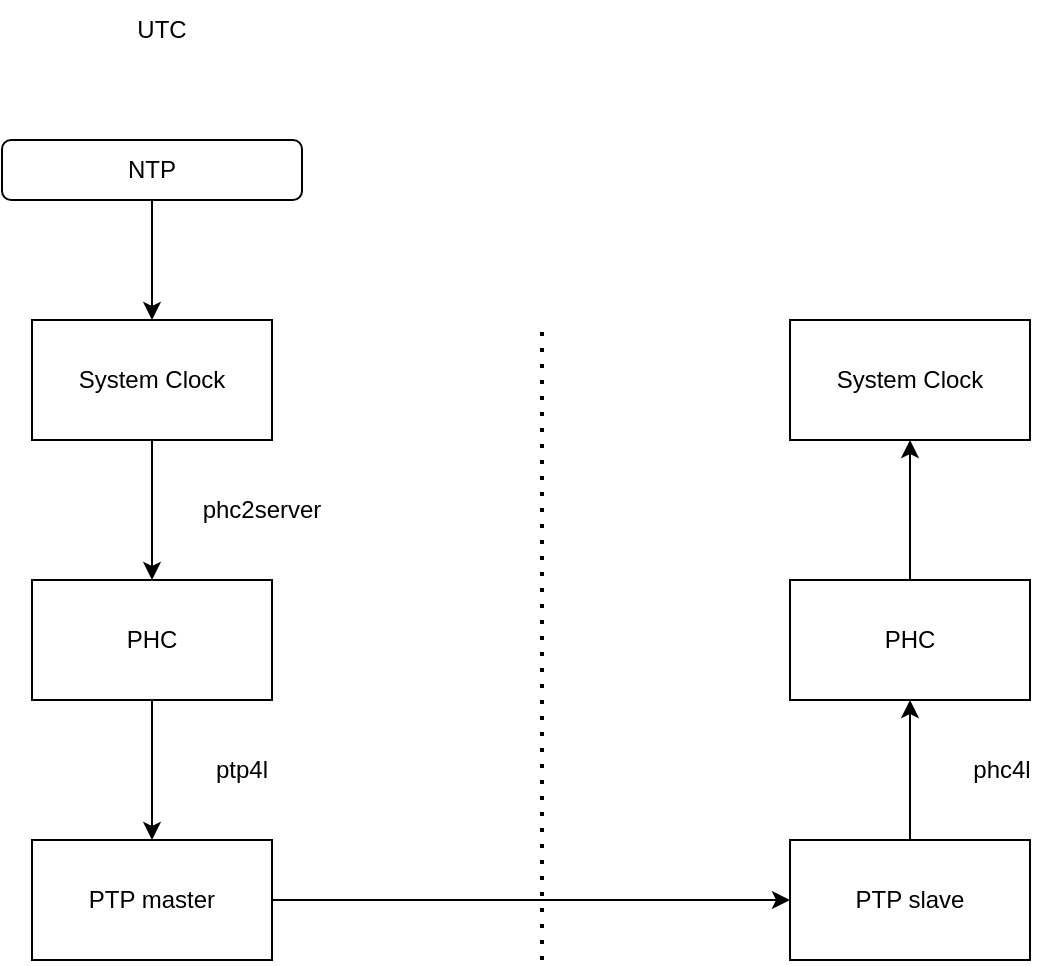
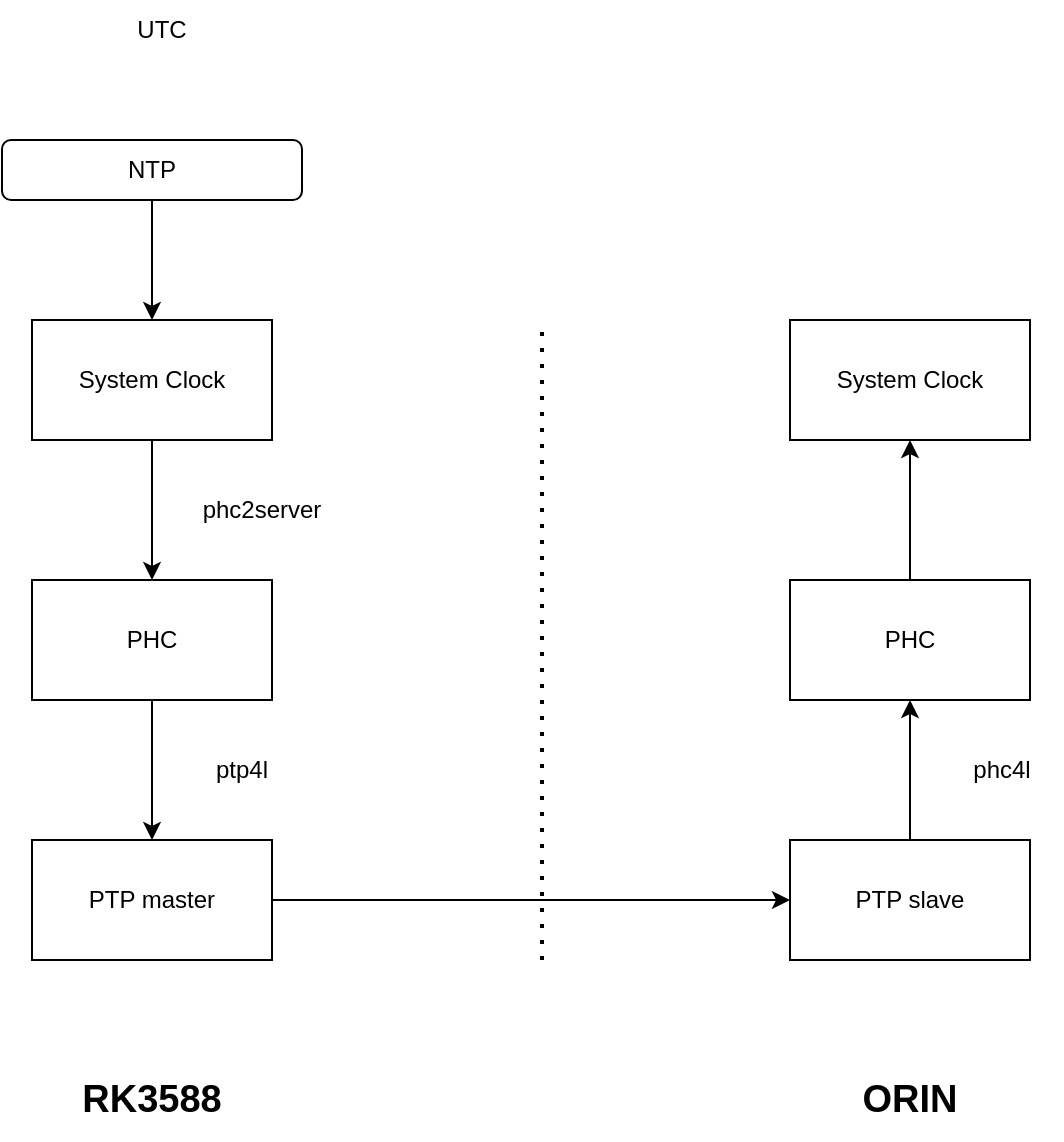
<mxfile host="app.diagrams.net" agent="Mozilla/5.0 (Windows NT 10.0; Win64; x64) AppleWebKit/537.36 (KHTML, like Gecko) Chrome/148.0.0.0 Safari/537.36">
  <diagram name="第 1 页" id="xi5zx8poPBdEaGlYp24N">
    <mxGraphModel dx="930" dy="494" grid="1" gridSize="10" guides="1" tooltips="1" connect="1" arrows="1" fold="1" page="1" pageScale="1" pageWidth="827" pageHeight="1169" math="0" shadow="0">
      <root>
        <mxCell id="0" />
        <mxCell id="1" parent="0" />
        <mxCell id="9tWx0qsMY7gKmuM-r2hu-1" edge="1" parent="1" source="473n1farRfXXC9yVkO81-1" style="edgeStyle=orthogonalEdgeStyle;rounded=0;orthogonalLoop=1;jettySize=auto;html=1;" target="473n1farRfXXC9yVkO81-7" value="">
          <mxGeometry relative="1" as="geometry" />
        </mxCell>
        <mxCell id="473n1farRfXXC9yVkO81-1" parent="1" style="rounded=1;whiteSpace=wrap;html=1;" value="NTP" vertex="1">
          <mxGeometry height="30" width="150" x="20" y="140" as="geometry" />
        </mxCell>
        <mxCell id="473n1farRfXXC9yVkO81-6" parent="1" style="text;html=1;whiteSpace=wrap;strokeColor=none;fillColor=none;align=center;verticalAlign=middle;rounded=0;" value="UTC" vertex="1">
          <mxGeometry height="30" width="60" x="70" y="70" as="geometry" />
        </mxCell>
        <mxCell id="9tWx0qsMY7gKmuM-r2hu-3" edge="1" parent="1" source="473n1farRfXXC9yVkO81-7" style="edgeStyle=orthogonalEdgeStyle;rounded=0;orthogonalLoop=1;jettySize=auto;html=1;" target="9tWx0qsMY7gKmuM-r2hu-2" value="">
          <mxGeometry relative="1" as="geometry" />
        </mxCell>
        <mxCell id="473n1farRfXXC9yVkO81-7" parent="1" style="rounded=0;whiteSpace=wrap;html=1;" value="System Clock" vertex="1">
          <mxGeometry height="60" width="120" x="35" y="230" as="geometry" />
        </mxCell>
        <mxCell id="9tWx0qsMY7gKmuM-r2hu-5" edge="1" parent="1" source="9tWx0qsMY7gKmuM-r2hu-2" style="edgeStyle=orthogonalEdgeStyle;rounded=0;orthogonalLoop=1;jettySize=auto;html=1;" target="9tWx0qsMY7gKmuM-r2hu-4" value="">
          <mxGeometry relative="1" as="geometry" />
        </mxCell>
        <mxCell id="9tWx0qsMY7gKmuM-r2hu-2" parent="1" style="rounded=0;whiteSpace=wrap;html=1;" value="PHC" vertex="1">
          <mxGeometry height="60" width="120" x="35" y="360" as="geometry" />
        </mxCell>
        <mxCell id="9tWx0qsMY7gKmuM-r2hu-11" edge="1" parent="1" source="9tWx0qsMY7gKmuM-r2hu-4" style="edgeStyle=orthogonalEdgeStyle;rounded=0;orthogonalLoop=1;jettySize=auto;html=1;exitX=1;exitY=0.5;exitDx=0;exitDy=0;entryX=0;entryY=0.5;entryDx=0;entryDy=0;" target="9tWx0qsMY7gKmuM-r2hu-9">
          <mxGeometry relative="1" as="geometry" />
        </mxCell>
        <mxCell id="9tWx0qsMY7gKmuM-r2hu-4" parent="1" style="rounded=0;whiteSpace=wrap;html=1;" value="PTP master" vertex="1">
          <mxGeometry height="60" width="120" x="35" y="490" as="geometry" />
        </mxCell>
        <mxCell id="9tWx0qsMY7gKmuM-r2hu-6" parent="1" style="text;html=1;whiteSpace=wrap;strokeColor=none;fillColor=none;align=center;verticalAlign=middle;rounded=0;" value="phc2server" vertex="1">
          <mxGeometry height="30" width="60" x="120" y="310" as="geometry" />
        </mxCell>
        <mxCell id="9tWx0qsMY7gKmuM-r2hu-7" parent="1" style="text;html=1;whiteSpace=wrap;strokeColor=none;fillColor=none;align=center;verticalAlign=middle;rounded=0;" value="ptp4l" vertex="1">
          <mxGeometry height="30" width="60" x="110" y="440" as="geometry" />
        </mxCell>
        <mxCell id="9tWx0qsMY7gKmuM-r2hu-8" edge="1" parent="1" style="endArrow=none;dashed=1;html=1;dashPattern=1 3;strokeWidth=2;rounded=0;" value="">
          <mxGeometry height="50" relative="1" width="50" as="geometry">
            <mxPoint x="290" y="550" as="sourcePoint" />
            <mxPoint x="290" y="230" as="targetPoint" />
          </mxGeometry>
        </mxCell>
        <mxCell id="9tWx0qsMY7gKmuM-r2hu-12" edge="1" parent="1" source="9tWx0qsMY7gKmuM-r2hu-9" style="edgeStyle=orthogonalEdgeStyle;rounded=0;orthogonalLoop=1;jettySize=auto;html=1;exitX=0.5;exitY=0;exitDx=0;exitDy=0;entryX=0.5;entryY=1;entryDx=0;entryDy=0;" target="9tWx0qsMY7gKmuM-r2hu-10">
          <mxGeometry relative="1" as="geometry" />
        </mxCell>
        <mxCell id="9tWx0qsMY7gKmuM-r2hu-9" parent="1" style="rounded=0;whiteSpace=wrap;html=1;" value="PTP slave" vertex="1">
          <mxGeometry height="60" width="120" x="414" y="490" as="geometry" />
        </mxCell>
        <mxCell id="9tWx0qsMY7gKmuM-r2hu-15" edge="1" parent="1" source="9tWx0qsMY7gKmuM-r2hu-10" style="edgeStyle=orthogonalEdgeStyle;rounded=0;orthogonalLoop=1;jettySize=auto;html=1;" target="9tWx0qsMY7gKmuM-r2hu-14" value="">
          <mxGeometry relative="1" as="geometry" />
        </mxCell>
        <mxCell id="9tWx0qsMY7gKmuM-r2hu-10" parent="1" style="rounded=0;whiteSpace=wrap;html=1;" value="PHC" vertex="1">
          <mxGeometry height="60" width="120" x="414" y="360" as="geometry" />
        </mxCell>
        <mxCell id="9tWx0qsMY7gKmuM-r2hu-13" parent="1" style="text;html=1;whiteSpace=wrap;strokeColor=none;fillColor=none;align=center;verticalAlign=middle;rounded=0;" value="phc4l" vertex="1">
          <mxGeometry height="30" width="60" x="490" y="440" as="geometry" />
        </mxCell>
        <mxCell id="9tWx0qsMY7gKmuM-r2hu-14" parent="1" style="rounded=0;whiteSpace=wrap;html=1;" value="System Clock" vertex="1">
          <mxGeometry height="60" width="120" x="414" y="230" as="geometry" />
        </mxCell>
+         <mxCell id="9tWx0qsMY7gKmuM-r2hu-16" parent="1" style="text;html=1;whiteSpace=wrap;strokeColor=none;fillColor=none;align=center;verticalAlign=middle;rounded=0;fontStyle=1;fontSize=19;" value="RK3588" vertex="1">
+           <mxGeometry height="40" width="120" x="35" y="600" as="geometry" />
+         </mxCell>
+         <mxCell id="9tWx0qsMY7gKmuM-r2hu-18" parent="1" style="text;html=1;whiteSpace=wrap;strokeColor=none;fillColor=none;align=center;verticalAlign=middle;rounded=0;fontStyle=1;fontSize=19;" value="ORIN" vertex="1">
+           <mxGeometry height="40" width="120" x="414" y="600" as="geometry" />
+         </mxCell>
      </root>
    </mxGraphModel>
  </diagram>
</mxfile>
